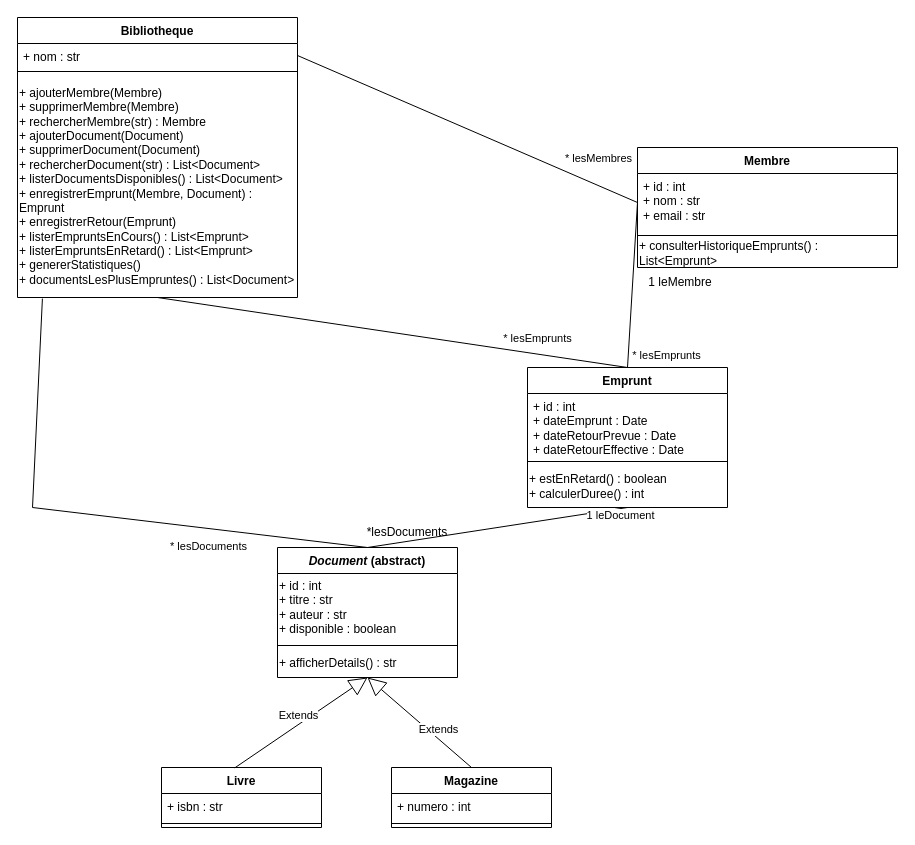
Above: ClassModel.drawio in PierreBadelek/Projet-POO-Bibliotheque (draw.io), before the change. Source tidied: cells renumbered, new cells numbered last; positions are measured from the earlier drawing's top-left corner, leaving out a move shared by most shapes. Both pictures are drawn from the tidied source at 100%, with x=0, y=0 at pixel (17, 17).
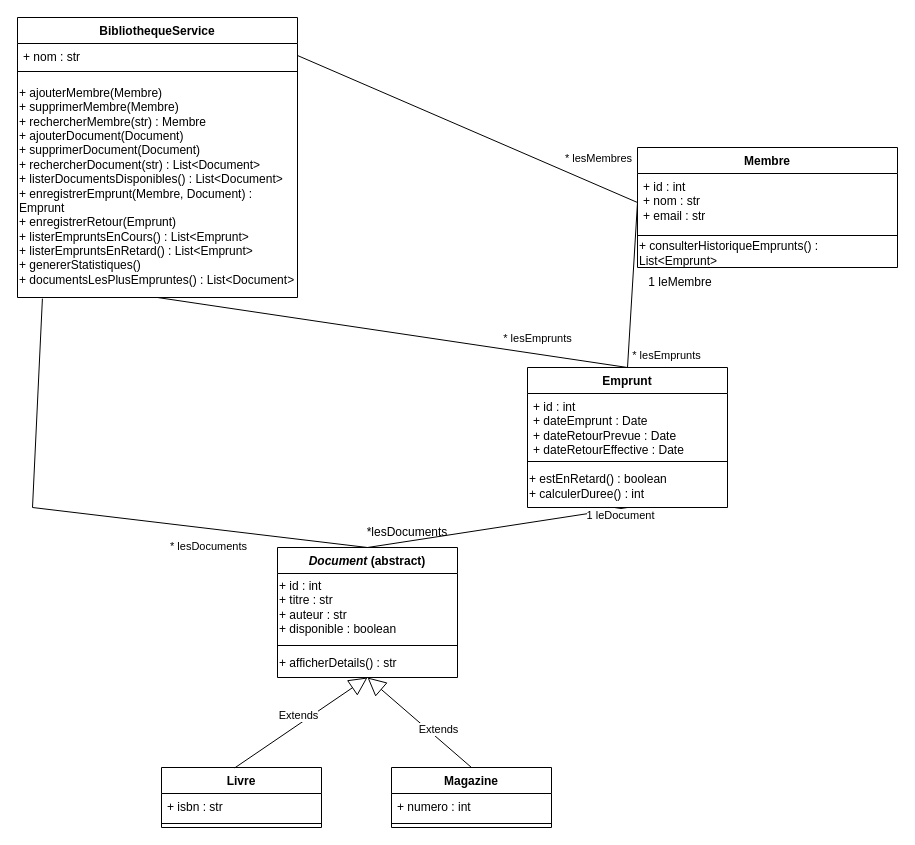
The same diagram, later.

Commit message:
Mise à jour

Diff of the diagram source:
```diff
@@
-    <mxCell id="2" value="Bibliotheque" style="swimlane;fontStyle=1;align=center;verticalAlign=top;horizontal=1;startSize=26;whiteSpace=wrap;html=1;" parent="1" vertex="1">
+    <mxCell id="2" value="BibliothequeService" style="swimlane;fontStyle=1;align=center;verticalAlign=top;horizontal=1;startSize=26;whiteSpace=wrap;html=1;" parent="1" vertex="1">
       <mxGeometry width="280" height="280" as="geometry" />
     </mxCell>
```
